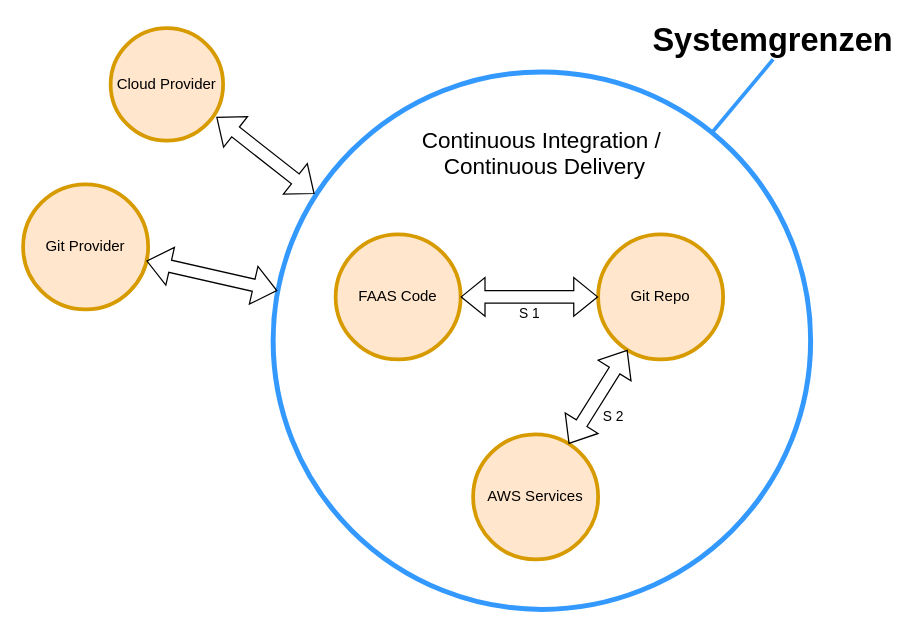
blro-ep/ITCNE23-SEM-II keeps this draw.io diagram as picture/systemgrenzen.drawio. Above is the earlier version. Source tidied: cells renumbered, new cells numbered last; positions are measured from the earlier drawing's top-left corner, leaving out a move shared by most shapes. Both pictures are drawn from the tidied source at 125%, with x=0, y=0 at pixel (22, 21).
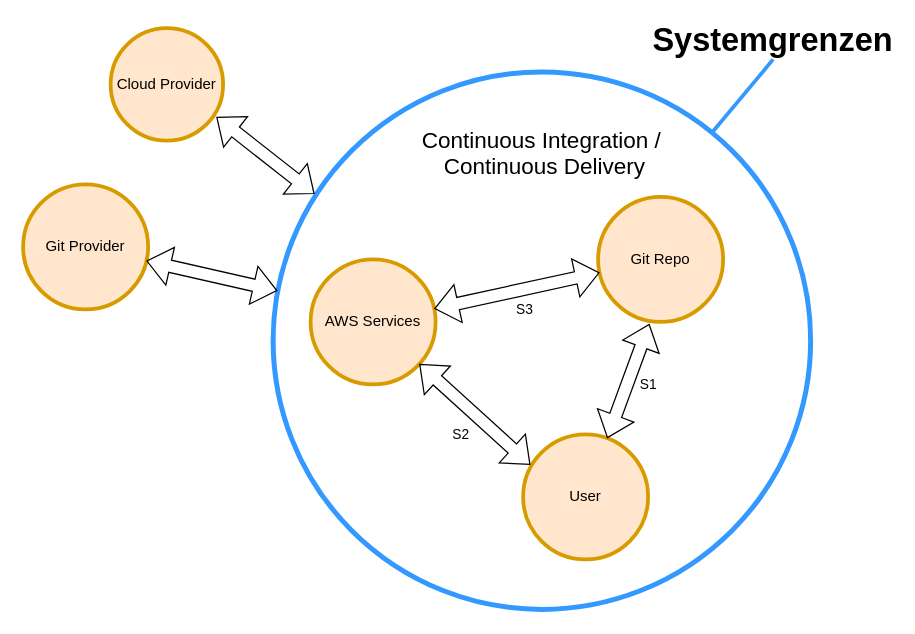
After the change.

The edit, as a diff of the source:
```diff
@@
 <mxGraphModel>
   <root>
     <mxCell id="0" />
     <mxCell id="1" parent="0" />
     <mxCell id="2" value="&lt;h1&gt;&lt;/h1&gt;&lt;h2 style=&quot;font-size: 18px;&quot; class=&quot;splunk2-h3&quot;&gt;&lt;div style=&quot;&quot;&gt;&lt;span style=&quot;background-color: initial; font-weight: normal;&quot;&gt;&lt;br&gt;Continuous Integration /&lt;/span&gt;&lt;/div&gt;&lt;div style=&quot;&quot;&gt;&lt;span style=&quot;background-color: initial; font-weight: normal;&quot;&gt;&amp;nbsp;Continuous Delivery&lt;/span&gt;&lt;/div&gt;&lt;/h2&gt;" style="ellipse;whiteSpace=wrap;html=1;strokeWidth=4;strokeColor=#3399FF;align=center;verticalAlign=top;" parent="1" vertex="1">
       <mxGeometry x="200" y="40" width="430" height="430" as="geometry" />
     </mxCell>
     <mxCell id="3" value="Cloud Provider" style="ellipse;whiteSpace=wrap;html=1;fillColor=#ffe6cc;strokeColor=#d79b00;strokeWidth=3;shadow=0;" parent="1" vertex="1">
       <mxGeometry x="70" y="5" width="90" height="90" as="geometry" />
     </mxCell>
     <mxCell id="4" value="Git Provider" style="ellipse;whiteSpace=wrap;html=1;fillColor=#ffe6cc;strokeColor=#d79b00;strokeWidth=3;" parent="1" vertex="1">
       <mxGeometry y="130" width="100" height="100" as="geometry" />
     </mxCell>
     <mxCell id="5" style="shape=flexArrow;endArrow=classic;startArrow=classic;html=1;rounded=0;entryX=0.94;entryY=0.789;entryDx=0;entryDy=0;entryPerimeter=0;exitX=0.077;exitY=0.227;exitDx=0;exitDy=0;exitPerimeter=0;" parent="1" edge="1" source="2" target="3">
       <mxGeometry relative="1" as="geometry" />
     </mxCell>
     <mxCell id="6" style="shape=flexArrow;endArrow=classic;startArrow=classic;html=1;rounded=0;entryX=0.986;entryY=0.612;entryDx=0;entryDy=0;entryPerimeter=0;exitX=0.008;exitY=0.407;exitDx=0;exitDy=0;exitPerimeter=0;" parent="1" edge="1" source="2" target="4">
       <mxGeometry relative="1" as="geometry" />
     </mxCell>
     <mxCell id="7" value="&lt;font size=&quot;1&quot; style=&quot;&quot;&gt;&lt;b style=&quot;font-size: 26px;&quot;&gt;Systemgrenzen&lt;/b&gt;&lt;/font&gt;" style="text;html=1;strokeColor=none;fillColor=none;align=center;verticalAlign=middle;whiteSpace=wrap;rounded=0;" parent="1" vertex="1">
       <mxGeometry x="520" width="160" height="30" as="geometry" />
     </mxCell>
     <mxCell id="8" style="endArrow=none;html=1;rounded=0;entryX=0.5;entryY=1;entryDx=0;entryDy=0;exitX=0.819;exitY=0.11;exitDx=0;exitDy=0;exitPerimeter=0;strokeColor=#3399FF;strokeWidth=3;" parent="1" edge="1" source="2" target="7">
       <mxGeometry relative="1" as="geometry" />
     </mxCell>
     <mxCell id="9" value="&lt;br&gt;" style="edgeLabel;html=1;align=center;verticalAlign=middle;" parent="8" vertex="1">
       <mxGeometry x="-0.23" y="-3" relative="1" as="geometry" />
     </mxCell>
     <mxCell id="10" value="Git Repo" style="ellipse;whiteSpace=wrap;html=1;fillColor=#ffe6cc;strokeColor=#d79b00;strokeWidth=3;" parent="1" vertex="1">
-      <mxGeometry x="460" y="170" width="100" height="100" as="geometry" />
+      <mxGeometry x="460" y="140" width="100" height="100" as="geometry" />
     </mxCell>
-    <mxCell id="11" value="FAAS Code" style="ellipse;whiteSpace=wrap;html=1;fillColor=#ffe6cc;strokeColor=#d79b00;strokeWidth=3;" parent="1" vertex="1">
-      <mxGeometry x="250" y="170" width="100" height="100" as="geometry" />
-    </mxCell>
     <mxCell id="12" value="AWS Services" style="ellipse;whiteSpace=wrap;html=1;fillColor=#ffe6cc;strokeColor=#d79b00;strokeWidth=3;" parent="1" vertex="1">
-      <mxGeometry x="360" y="330" width="100" height="100" as="geometry" />
+      <mxGeometry x="230" y="190" width="100" height="100" as="geometry" />
     </mxCell>
-    <mxCell id="13" value="S 1" style="shape=flexArrow;endArrow=classic;startArrow=classic;html=1;rounded=0;entryX=0;entryY=0.5;entryDx=0;entryDy=0;exitX=1;exitY=0.5;exitDx=0;exitDy=0;verticalAlign=top;" parent="1" edge="1" source="11" target="10">
-      <mxGeometry relative="1" as="geometry" />
-    </mxCell>
-    <mxCell id="14" value="S 2" style="shape=flexArrow;endArrow=classic;startArrow=classic;html=1;rounded=0;verticalAlign=middle;" parent="1" edge="1" source="12" target="10">
-      <mxGeometry x="-0.16" y="-19" relative="1" as="geometry" />
+    <mxCell id="14" value="S3" style="shape=flexArrow;endArrow=classic;startArrow=classic;html=1;rounded=0;verticalAlign=middle;" parent="1" edge="1" source="12" target="10">
+      <mxGeometry x="0.03" y="-16" relative="1" as="geometry" />
     </mxCell>
+    <mxCell id="15" value="User" style="ellipse;whiteSpace=wrap;html=1;fillColor=#ffe6cc;strokeColor=#d79b00;strokeWidth=3;" parent="1" vertex="1">
+      <mxGeometry x="400" y="330" width="100" height="100" as="geometry" />
+    </mxCell>
+    <mxCell id="16" value="S1" style="shape=flexArrow;endArrow=classic;startArrow=classic;html=1;rounded=0;verticalAlign=middle;entryX=0.41;entryY=1.016;entryDx=0;entryDy=0;entryPerimeter=0;" parent="1" edge="1" source="15" target="10">
+      <mxGeometry x="0.06" y="-16" relative="1" as="geometry" />
+    </mxCell>
+    <mxCell id="17" value="S2" style="shape=flexArrow;endArrow=classic;startArrow=classic;html=1;rounded=0;verticalAlign=middle;entryX=0.058;entryY=0.244;entryDx=0;entryDy=0;entryPerimeter=0;" parent="1" edge="1" source="12" target="15">
+      <mxGeometry x="0.04" y="-19" relative="1" as="geometry">
+        <mxPoint y="1" as="offset" />
+      </mxGeometry>
+    </mxCell>
   </root>
 </mxGraphModel>
```
